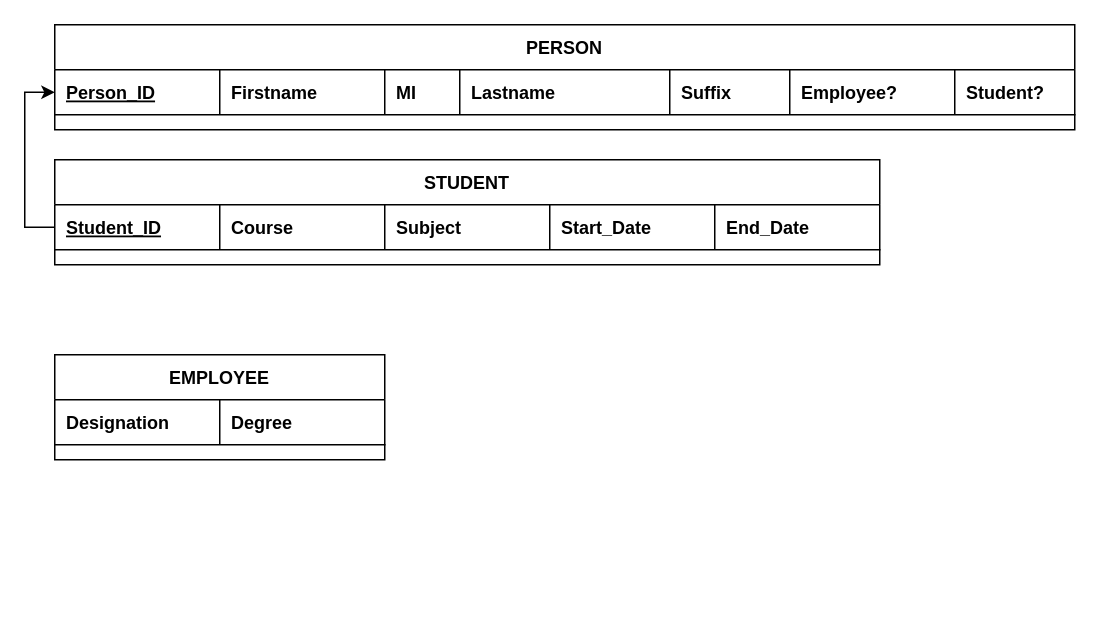
The draw.io diagram A3_Bitara.drawio in genebit/draw.io-diagrams, before the edit. Source tidied: cells renumbered, new cells numbered last; positions are measured from the earlier drawing's top-left corner, leaving out a move shared by most shapes. Both pictures are drawn from the tidied source at 150%, with x=0, y=0 at pixel (54, 24).
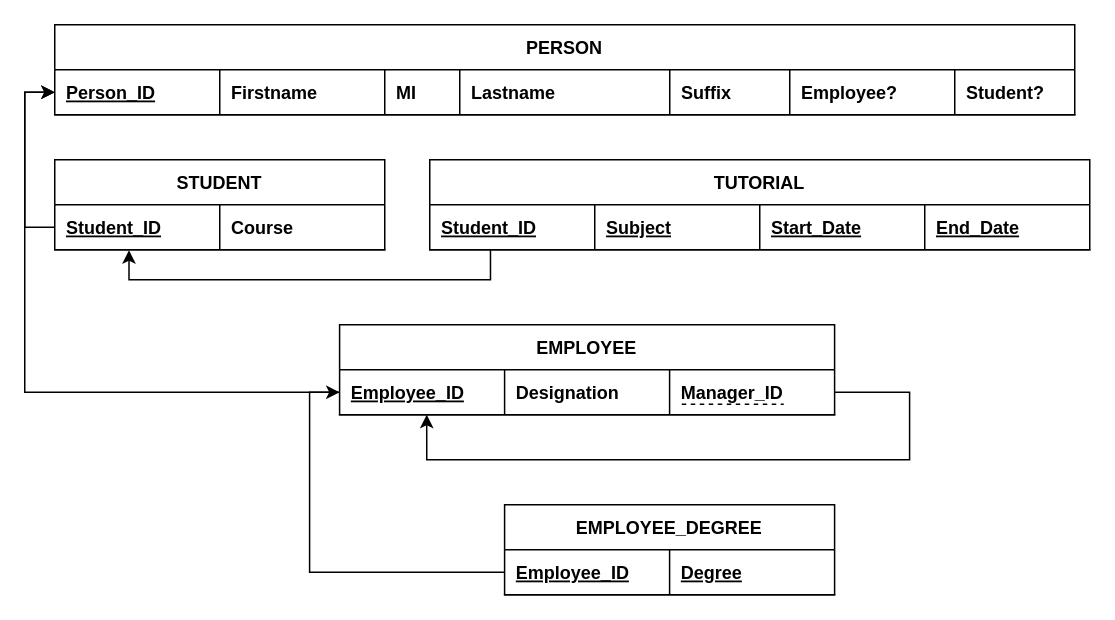
Above is the later version.

Unchanged cells that the change refers to:
```xml
<mxCell id="3" style="shape=tableRow;horizontal=0;startSize=0;swimlaneHead=0;swimlaneBody=0;fillColor=none;points=[[0,0.5],[1,0.5]];portConstraint=eastwest;top=0;left=0;right=0;bottom=1;" parent="2" vertex="1">
  <mxGeometry y="30" width="680" height="30" as="geometry" />
</mxCell>
```

Change to the diagram source:
```diff
@@
     <mxCell id="2" value="PERSON" style="shape=table;startSize=30;childLayout=tableLayout;rowLines=0;fontStyle=1;align=center;" parent="1" vertex="1">
-      <mxGeometry width="680" height="70" as="geometry" />
+      <mxGeometry width="680" height="60" as="geometry" />
     </mxCell>
@@
     <mxCell id="11" value="STUDENT" style="shape=table;startSize=30;childLayout=tableLayout;rowLines=0;fontStyle=1;align=center;" parent="1" vertex="1">
-      <mxGeometry y="90" width="550" height="70" as="geometry" />
+      <mxGeometry y="90" width="220" height="60" as="geometry" />
     </mxCell>
     <mxCell id="12" style="shape=tableRow;horizontal=0;startSize=0;swimlaneHead=0;swimlaneBody=0;fillColor=none;points=[[0,0.5],[1,0.5]];portConstraint=eastwest;top=0;left=0;right=0;bottom=1;" parent="11" vertex="1">
-      <mxGeometry y="30" width="550" height="30" as="geometry" />
+      <mxGeometry y="30" width="220" height="30" as="geometry" />
     </mxCell>
@@
+    <mxCell id="18" value="EMPLOYEE" style="shape=table;startSize=30;childLayout=tableLayout;rowLines=0;fontStyle=1;align=center;" parent="1" vertex="1">
+      <mxGeometry x="189.9" y="200" width="330" height="60" as="geometry" />
+    </mxCell>
+    <mxCell id="19" style="shape=tableRow;horizontal=0;startSize=0;swimlaneHead=0;swimlaneBody=0;fillColor=none;points=[[0,0.5],[1,0.5]];portConstraint=eastwest;top=0;left=0;right=0;bottom=1;" parent="18" vertex="1">
+      <mxGeometry y="30" width="330" height="30" as="geometry" />
+    </mxCell>
+    <mxCell id="23" value="Employee_ID" style="shape=partialRectangle;fillColor=none;top=0;left=0;bottom=0;right=0;align=left;spacingLeft=6;fontStyle=5;overflow=hidden;" parent="19" vertex="1">
+      <mxGeometry width="110" height="30" as="geometry" />
+    </mxCell>
+    <mxCell id="20" value="Designation" style="shape=partialRectangle;fillColor=none;top=0;left=0;bottom=0;right=0;align=left;spacingLeft=6;fontStyle=1;overflow=hidden;" parent="19" vertex="1">
+      <mxGeometry x="110" width="110" height="30" as="geometry" />
+    </mxCell>
+    <mxCell id="21" value="Manager_ID" style="shape=partialRectangle;fillColor=none;top=0;left=0;bottom=0;right=0;align=left;spacingLeft=6;fontStyle=1;overflow=hidden;" parent="19" vertex="1">
+      <mxGeometry x="220" width="110" height="30" as="geometry" />
+    </mxCell>
+    <mxCell id="24" style="edgeStyle=orthogonalEdgeStyle;rounded=0;orthogonalLoop=1;jettySize=auto;html=1;entryX=0.176;entryY=1;entryDx=0;entryDy=0;entryPerimeter=0;" parent="18" edge="1" source="19" target="19">
+      <mxGeometry relative="1" as="geometry">
+        <Array as="points">
+          <mxPoint x="380" y="45" />
+          <mxPoint x="380" y="90" />
+          <mxPoint x="58" y="90" />
+        </Array>
+      </mxGeometry>
+    </mxCell>
+    <mxCell id="22" style="edgeStyle=orthogonalEdgeStyle;rounded=0;jettySize=auto;html=1;exitX=0;exitY=0.5;exitDx=0;exitDy=0;" parent="1" edge="1" source="12" target="3">
+      <mxGeometry relative="1" as="geometry" />
+    </mxCell>
+    <mxCell id="25" value="EMPLOYEE_DEGREE" style="shape=table;startSize=30;childLayout=tableLayout;rowLines=0;fontStyle=1;align=center;" parent="1" vertex="1">
+      <mxGeometry x="299.9" y="320" width="220" height="60" as="geometry" />
+    </mxCell>
+    <mxCell id="26" style="shape=tableRow;horizontal=0;startSize=0;swimlaneHead=0;swimlaneBody=0;fillColor=none;points=[[0,0.5],[1,0.5]];portConstraint=eastwest;top=0;left=0;right=0;bottom=1;" parent="25" vertex="1">
+      <mxGeometry y="30" width="220" height="30" as="geometry" />
+    </mxCell>
+    <mxCell id="27" value="Employee_ID" style="shape=partialRectangle;fillColor=none;top=0;left=0;bottom=0;right=0;align=left;spacingLeft=6;fontStyle=5;overflow=hidden;" parent="26" vertex="1">
+      <mxGeometry width="110" height="30" as="geometry" />
+    </mxCell>
+    <mxCell id="28" value="Degree" style="shape=partialRectangle;fillColor=none;top=0;left=0;bottom=0;right=0;align=left;spacingLeft=6;fontStyle=5;overflow=hidden;" parent="26" vertex="1">
+      <mxGeometry x="110" width="110" height="30" as="geometry" />
+    </mxCell>
+    <mxCell id="29" value="TUTORIAL" style="shape=table;startSize=30;childLayout=tableLayout;rowLines=0;fontStyle=1;align=center;" parent="1" vertex="1">
+      <mxGeometry x="250" y="90" width="440" height="60" as="geometry" />
+    </mxCell>
+    <mxCell id="30" style="shape=tableRow;horizontal=0;startSize=0;swimlaneHead=0;swimlaneBody=0;fillColor=none;points=[[0,0.5],[1,0.5]];portConstraint=eastwest;top=0;left=0;right=0;bottom=1;" parent="29" vertex="1">
+      <mxGeometry y="30" width="440" height="30" as="geometry" />
+    </mxCell>
+    <mxCell id="31" value="Student_ID" style="shape=partialRectangle;fillColor=none;top=0;left=0;bottom=0;right=0;align=left;spacingLeft=6;fontStyle=5;overflow=hidden;" parent="30" vertex="1">
+      <mxGeometry width="110" height="30" as="geometry" />
+    </mxCell>
-    <mxCell id="15" value="Subject" style="shape=partialRectangle;fillColor=none;top=0;left=0;bottom=0;right=0;align=left;spacingLeft=6;fontStyle=1;overflow=hidden;" parent="12" vertex="1">
-      <mxGeometry x="220" width="110" height="30" as="geometry" />
+    <mxCell id="15" value="Subject" style="shape=partialRectangle;fillColor=none;top=0;left=0;bottom=0;right=0;align=left;spacingLeft=6;fontStyle=5;overflow=hidden;" parent="30" vertex="1">
+      <mxGeometry x="110" width="110" height="30" as="geometry" />
     </mxCell>
-    <mxCell id="16" value="Start_Date" style="shape=partialRectangle;fillColor=none;top=0;left=0;bottom=0;right=0;align=left;spacingLeft=6;fontStyle=1;overflow=hidden;" parent="12" vertex="1">
-      <mxGeometry x="330" width="110" height="30" as="geometry" />
+    <mxCell id="16" value="Start_Date" style="shape=partialRectangle;fillColor=none;top=0;left=0;bottom=0;right=0;align=left;spacingLeft=6;fontStyle=5;overflow=hidden;" parent="30" vertex="1">
+      <mxGeometry x="220" width="110" height="30" as="geometry" />
     </mxCell>
-    <mxCell id="17" value="End_Date" style="shape=partialRectangle;fillColor=none;top=0;left=0;bottom=0;right=0;align=left;spacingLeft=6;fontStyle=1;overflow=hidden;" parent="12" vertex="1">
-      <mxGeometry x="440" width="110" height="30" as="geometry" />
+    <mxCell id="17" value="End_Date" style="shape=partialRectangle;fillColor=none;top=0;left=0;bottom=0;right=0;align=left;spacingLeft=6;fontStyle=5;overflow=hidden;" parent="30" vertex="1">
+      <mxGeometry x="330" width="110" height="30" as="geometry" />
     </mxCell>
-    <mxCell id="18" value="EMPLOYEE" style="shape=table;startSize=30;childLayout=tableLayout;rowLines=0;fontStyle=1;align=center;" parent="1" vertex="1">
-      <mxGeometry y="220" width="220" height="70" as="geometry" />
-    </mxCell>
-    <mxCell id="19" style="shape=tableRow;horizontal=0;startSize=0;swimlaneHead=0;swimlaneBody=0;fillColor=none;points=[[0,0.5],[1,0.5]];portConstraint=eastwest;top=0;left=0;right=0;bottom=1;" parent="18" vertex="1">
-      <mxGeometry y="30" width="220" height="30" as="geometry" />
-    </mxCell>
-    <mxCell id="20" value="Designation" style="shape=partialRectangle;fillColor=none;top=0;left=0;bottom=0;right=0;align=left;spacingLeft=6;fontStyle=1;overflow=hidden;" parent="19" vertex="1">
-      <mxGeometry width="110" height="30" as="geometry" />
-    </mxCell>
-    <mxCell id="21" value="Degree" style="shape=partialRectangle;fillColor=none;top=0;left=0;bottom=0;right=0;align=left;spacingLeft=6;fontStyle=1;overflow=hidden;" parent="19" vertex="1">
-      <mxGeometry x="110" width="110" height="30" as="geometry" />
-    </mxCell>
-    <mxCell id="22" style="edgeStyle=orthogonalEdgeStyle;rounded=0;jettySize=auto;html=1;exitX=0;exitY=0.5;exitDx=0;exitDy=0;" parent="1" edge="1" source="12" target="3">
-      <mxGeometry relative="1" as="geometry" />
-    </mxCell>
+    <mxCell id="32" style="edgeStyle=orthogonalEdgeStyle;rounded=0;jettySize=auto;html=1;entryX=0;entryY=0.5;entryDx=0;entryDy=0;" parent="1" edge="1" source="26" target="19">
+      <mxGeometry relative="1" as="geometry" />
+    </mxCell>
+    <mxCell id="33" style="edgeStyle=orthogonalEdgeStyle;rounded=0;jettySize=auto;html=1;entryX=0.225;entryY=1.011;entryDx=0;entryDy=0;entryPerimeter=0;exitX=0.092;exitY=0.983;exitDx=0;exitDy=0;exitPerimeter=0;" parent="1" edge="1" source="30" target="12">
+      <mxGeometry relative="1" as="geometry" />
+    </mxCell>
+    <mxCell id="34" style="edgeStyle=orthogonalEdgeStyle;rounded=0;jettySize=auto;html=1;entryX=0;entryY=0.5;entryDx=0;entryDy=0;" parent="1" edge="1" source="19" target="3">
+      <mxGeometry relative="1" as="geometry" />
+    </mxCell>
+    <mxCell id="35" style="endArrow=none;dashed=1;html=1;rounded=0;" parent="1" edge="1">
+      <mxGeometry relative="1" as="geometry">
+        <mxPoint x="418" y="253" as="sourcePoint" />
+        <mxPoint x="486" y="253" as="targetPoint" />
+      </mxGeometry>
+    </mxCell>
```
